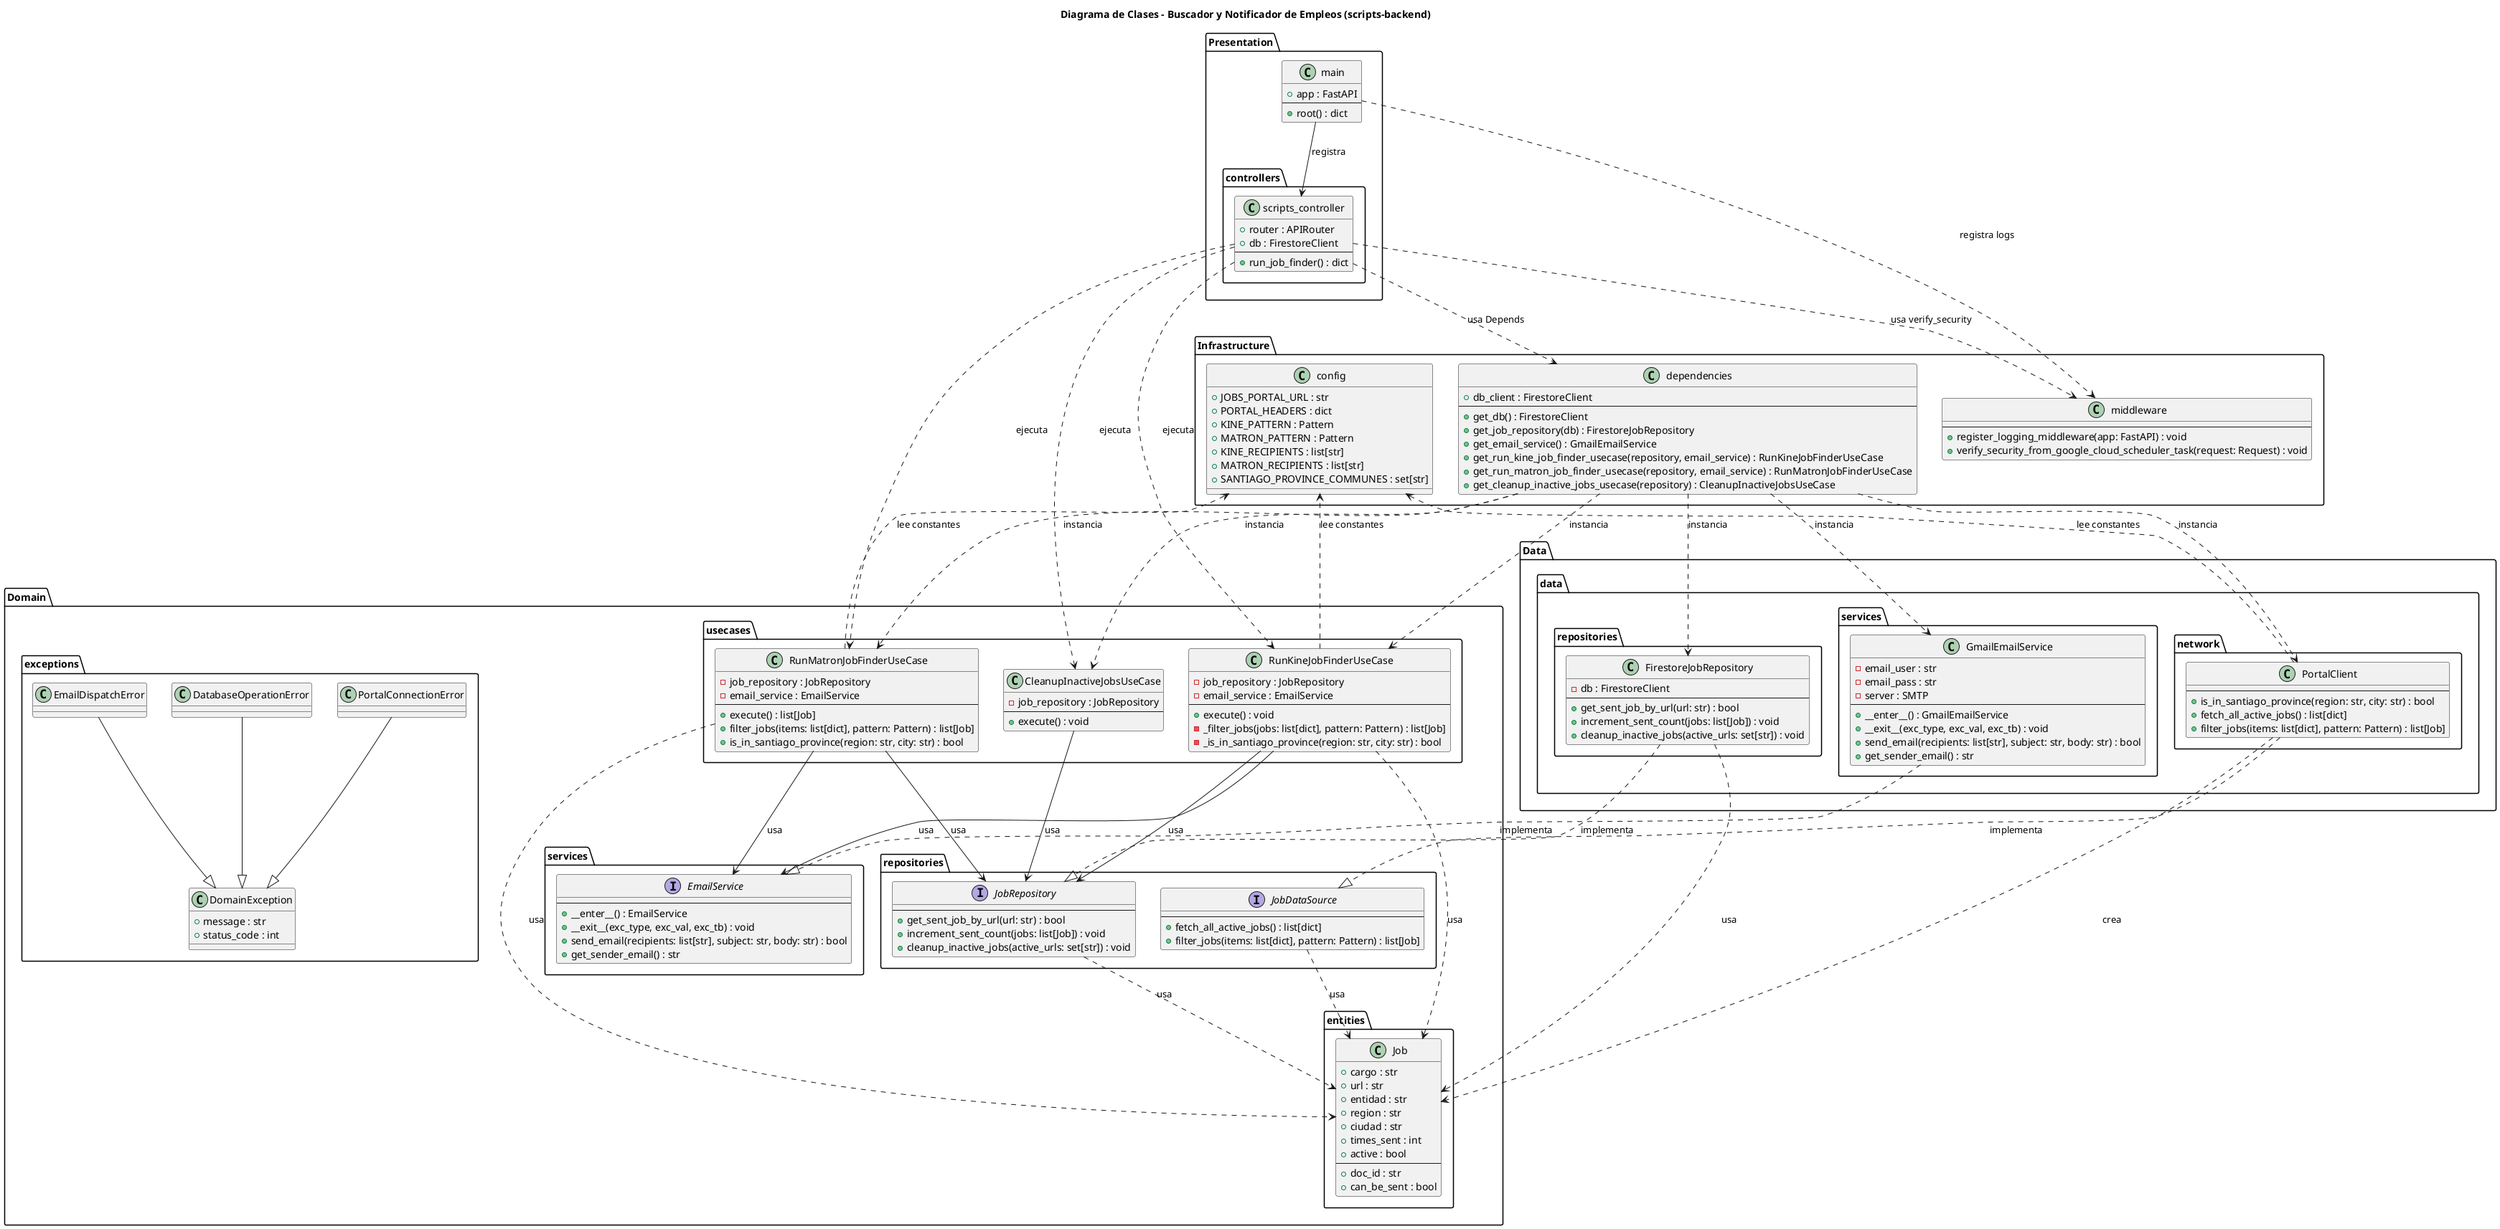
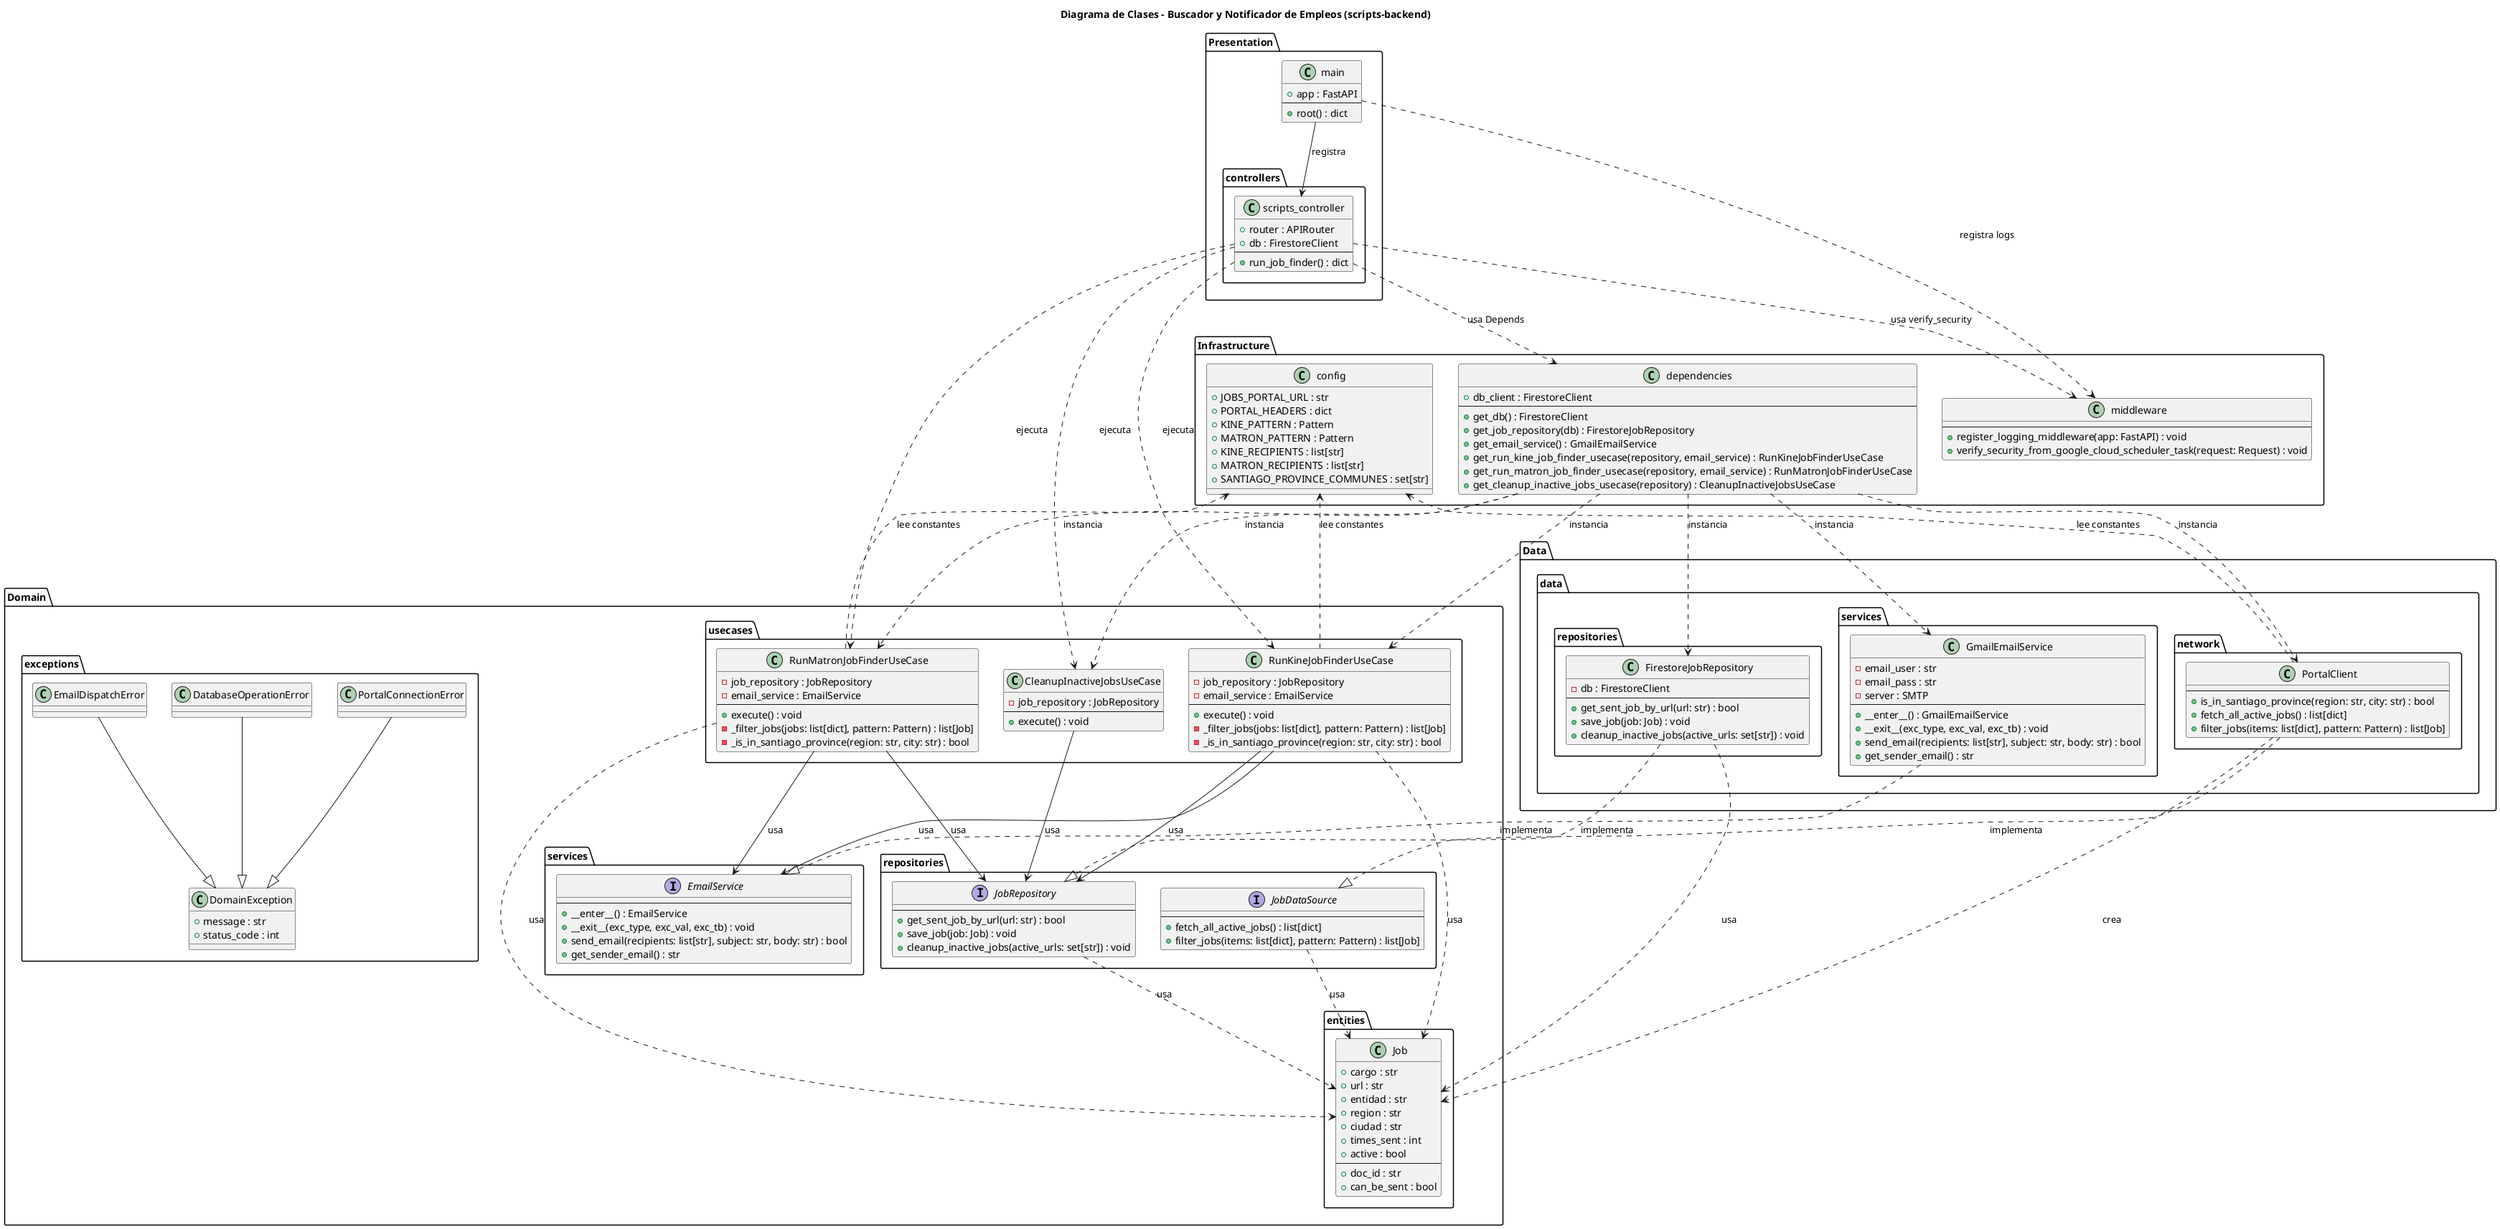
@startuml Class Diagram
title Diagrama de Clases - Buscador y Notificador de Empleos (scripts-backend)

package "Presentation" {
    class main {
        + app : FastAPI
        --
        + root() : dict
    }

    package "controllers" {
        class scripts_controller {
            + router : APIRouter
            + db : FirestoreClient
            --
            + run_job_finder() : dict
        }
    }
}

package "Domain" {
    package "entities" {
        class Job {
            + cargo : str
            + url : str
            + entidad : str
            + region : str
            + ciudad : str
            + times_sent : int
            + active : bool
            --
            + doc_id : str
            + can_be_sent : bool
        }
    }

    package "usecases" {
        class RunKineJobFinderUseCase {
            - job_repository : JobRepository
            - email_service : EmailService
            --
            + execute() : void
            - _filter_jobs(jobs: list[dict], pattern: Pattern) : list[Job]
            - _is_in_santiago_province(region: str, city: str) : bool
        }

        class RunMatronJobFinderUseCase {
            - job_repository : JobRepository
            - email_service : EmailService
            --
-             + execute() : list[Job]
-             + filter_jobs(items: list[dict], pattern: Pattern) : list[Job]
-             + is_in_santiago_province(region: str, city: str) : bool
+             + execute() : void
+             - _filter_jobs(jobs: list[dict], pattern: Pattern) : list[Job]
+             - _is_in_santiago_province(region: str, city: str) : bool
        }

        class CleanupInactiveJobsUseCase {
            - job_repository : JobRepository
            --
            + execute() : void
        }
    }

    package "repositories" {
        interface JobRepository {
            --
            + get_sent_job_by_url(url: str) : bool
-             + increment_sent_count(jobs: list[Job]) : void
+             + save_job(job: Job) : void
            + cleanup_inactive_jobs(active_urls: set[str]) : void
        }

        interface JobDataSource {
            --
            + fetch_all_active_jobs() : list[dict]
            + filter_jobs(items: list[dict], pattern: Pattern) : list[Job]
        }
    }

    package "services" {
        interface EmailService {
            --
            + __enter__() : EmailService
            + __exit__(exc_type, exc_val, exc_tb) : void
            + send_email(recipients: list[str], subject: str, body: str) : bool
            + get_sender_email() : str
        }
    }

    package "exceptions" {
        class DomainException {
            + message : str
            + status_code : int
        }
        class PortalConnectionError {
        }
        class DatabaseOperationError {
        }
        class EmailDispatchError {
        }

        PortalConnectionError --|> DomainException
        DatabaseOperationError --|> DomainException
        EmailDispatchError --|> DomainException
    }
}

package "Data" {
    package "data.repositories" {
        class FirestoreJobRepository {
            - db : FirestoreClient
            --
            + get_sent_job_by_url(url: str) : bool
-             + increment_sent_count(jobs: list[Job]) : void
+             + save_job(job: Job) : void
            + cleanup_inactive_jobs(active_urls: set[str]) : void
        }
    }

    package "data.services" {
        class GmailEmailService {
            - email_user : str
            - email_pass : str
            - server : SMTP
            --
            + __enter__() : GmailEmailService
            + __exit__(exc_type, exc_val, exc_tb) : void
            + send_email(recipients: list[str], subject: str, body: str) : bool
            + get_sender_email() : str
        }
    }

    package "data.network" {
        class PortalClient {
            --
            + is_in_santiago_province(region: str, city: str) : bool
            + fetch_all_active_jobs() : list[dict]
            + filter_jobs(items: list[dict], pattern: Pattern) : list[Job]
        }
    }
}

package "Infrastructure" {
    class config {
        + JOBS_PORTAL_URL : str
        + PORTAL_HEADERS : dict
        + KINE_PATTERN : Pattern
        + MATRON_PATTERN : Pattern
        + KINE_RECIPIENTS : list[str]
        + MATRON_RECIPIENTS : list[str]
        + SANTIAGO_PROVINCE_COMMUNES : set[str]
    }

    class middleware {
        --
        + register_logging_middleware(app: FastAPI) : void
        + verify_security_from_google_cloud_scheduler_task(request: Request) : void
     }

     class dependencies {
         + db_client : FirestoreClient
         --
         + get_db() : FirestoreClient
         + get_job_repository(db) : FirestoreJobRepository
         + get_email_service() : GmailEmailService
         + get_run_kine_job_finder_usecase(repository, email_service) : RunKineJobFinderUseCase
         + get_run_matron_job_finder_usecase(repository, email_service) : RunMatronJobFinderUseCase
         + get_cleanup_inactive_jobs_usecase(repository) : CleanupInactiveJobsUseCase
     }
}

main --> scripts_controller : "registra"
main ..> middleware : "registra logs"
scripts_controller ..> middleware : "usa verify_security"
scripts_controller ..> RunKineJobFinderUseCase : "ejecuta"
scripts_controller ..> RunMatronJobFinderUseCase : "ejecuta"
scripts_controller ..> CleanupInactiveJobsUseCase : "ejecuta"
scripts_controller ..> dependencies : "usa Depends"

dependencies ..> FirestoreJobRepository : "instancia"
dependencies ..> GmailEmailService : "instancia"
dependencies ..> PortalClient : "instancia"
dependencies ..> RunKineJobFinderUseCase : "instancia"
dependencies ..> RunMatronJobFinderUseCase : "instancia"
dependencies ..> CleanupInactiveJobsUseCase : "instancia"

RunKineJobFinderUseCase --> JobRepository : "usa"
RunKineJobFinderUseCase --> EmailService : "usa"

RunMatronJobFinderUseCase --> JobRepository : "usa"
RunMatronJobFinderUseCase --> EmailService : "usa"

CleanupInactiveJobsUseCase --> JobRepository : "usa"

FirestoreJobRepository ..|> JobRepository : "implementa"
GmailEmailService ..|> EmailService : "implementa"
PortalClient ..|> JobDataSource : "implementa"

RunKineJobFinderUseCase ..> config : "lee constantes"
RunMatronJobFinderUseCase ..> config : "lee constantes"
PortalClient ..> config : "lee constantes"

JobRepository ..> Job : "usa"
JobDataSource ..> Job : "usa"
PortalClient ..> Job : "crea"
FirestoreJobRepository ..> Job : "usa"
RunKineJobFinderUseCase ..> Job : "usa"
RunMatronJobFinderUseCase ..> Job : "usa"

@enduml
